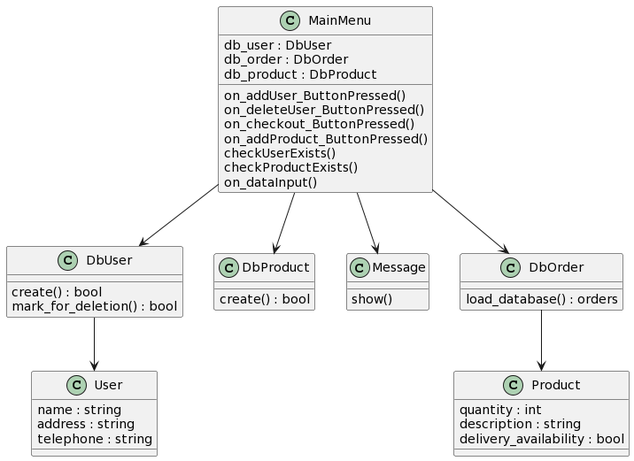
striction10/MDKP keeps this PlantUML diagram as Diagrams/Class_diagrams/class_diagram.png. Above is the earlier version.
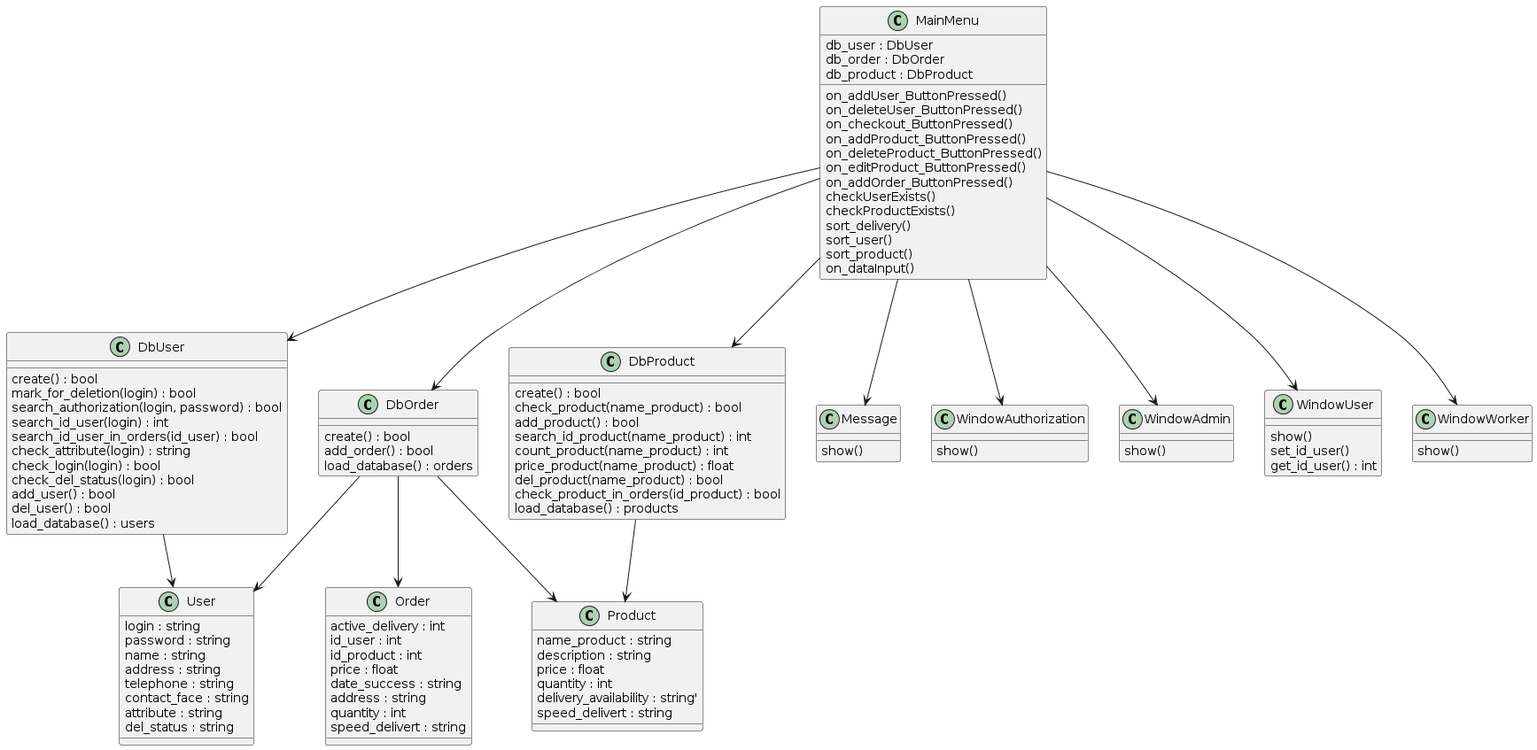
After the change.

Change to the diagram source:
```diff
@@ -7,24 +7,52 @@
 on_deleteUser_ButtonPressed()
 on_checkout_ButtonPressed()
 on_addProduct_ButtonPressed()
+on_deleteProduct_ButtonPressed()
+on_editProduct_ButtonPressed()
+on_addOrder_ButtonPressed()
 checkUserExists()
 checkProductExists()
+sort_delivery()
+sort_user()
+sort_product()
 on_dataInput()
 }
 
 class DbUser {
 create() : bool
-mark_for_deletion() : bool
+mark_for_deletion(login) : bool
+search_authorization(login, password) : bool
+search_id_user(login) : int
+search_id_user_in_orders(id_user) : bool
+check_attribute(login) : string
+check_login(login) : bool
+check_del_status(login) : bool
+add_user() : bool
+del_user() : bool
+load_database() : users
 }
 
 class DbProduct {
 create() : bool
+check_product(name_product) : bool
+add_product() : bool
+search_id_product(name_product) : int
+count_product(name_product) : int
+price_product(name_product) : float
+del_product(name_product) : bool
+check_product_in_orders(id_product) : bool
+load_database() : products
 }
 
 class User {
+login : string
+password : string
 name : string
 address : string
 telephone : string
+contact_face : string
+attribute : string
+del_status : string
 }
 
 class Message {
@@ -32,19 +60,62 @@
 }
 
 class DbOrder {
+create() : bool
+add_order() : bool
 load_database() : orders
 }
 
 class Product {
+name_product : string
+description : string
+price : float
 quantity : int
-description : string
-delivery_availability : bool
+delivery_availability : string'
+speed_delivert : string
 }
+
+class Order {
+active_delivery : int
+id_user : int
+id_product : int
+price : float
+date_success : string
+address : string
+quantity : int
+speed_delivert : string
+}
+
+class WindowАuthorization {
+show()
+}
+
+class WindowAdmin {
+show()
+}
+
+class WindowUser {
+show()
+set_id_user()
+get_id_user() : int
+}
+
+class WindowWorker {
+show()
+}
+
+
 
 DbUser --> User
 DbOrder --> Product
+DbOrder --> Order
+DbOrder --> User
 MainMenu --> DbProduct
+DbProduct --> Product
 MainMenu --> DbUser
 MainMenu --> Message
 MainMenu --> DbOrder
+MainMenu --> WindowАuthorization
+MainMenu --> WindowUser
+MainMenu --> WindowWorker
+MainMenu --> WindowAdmin
 @enduml
```
